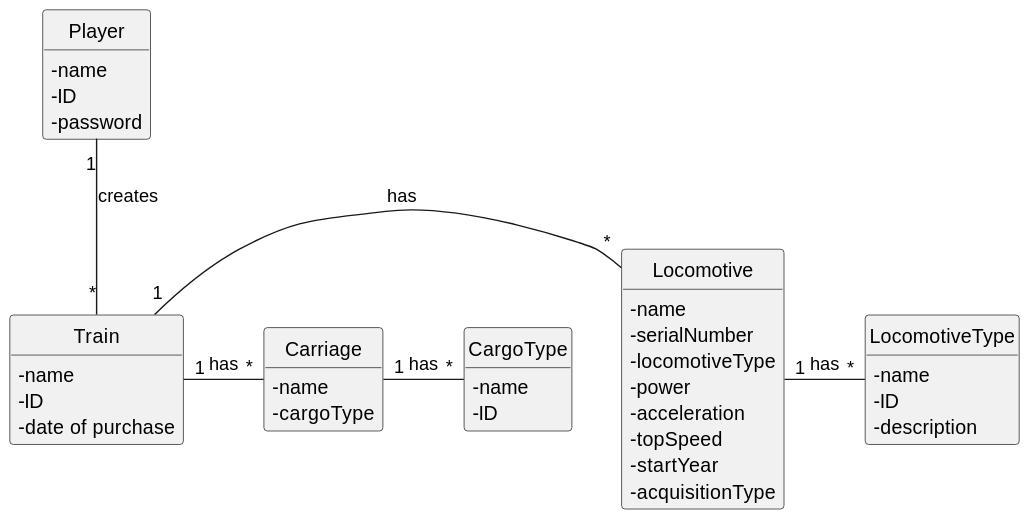
ivasduarte/all-aboard keeps this PlantUML diagram as docs/sprint2/us009/02.analysis/svg/us009-domain-model.svg. Above is the earlier version.
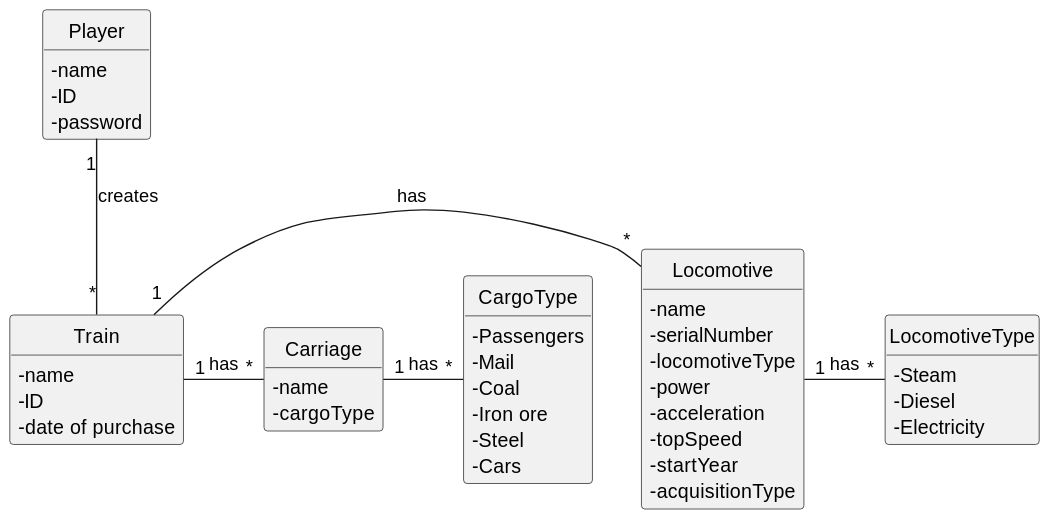
Above is the later version.

What changed in the source:
```diff
@@ -26,10 +26,10 @@
     - acquisitionType
 }
 
-class LocomotiveType{
-    - name
-    - ID
-    - description
+enum LocomotiveType{
+    - Steam
+    - Diesel
+    - Electricity
 }
 
 class Carriage{
@@ -37,9 +37,13 @@
     - cargoType
 }
 
-class CargoType{
-    - name
-    - ID
+enum CargoType{
+    - Passengers
+    - Mail
+    - Coal
+    - Iron ore
+    - Steel
+    - Cars
 }
 
 class Player {
```
